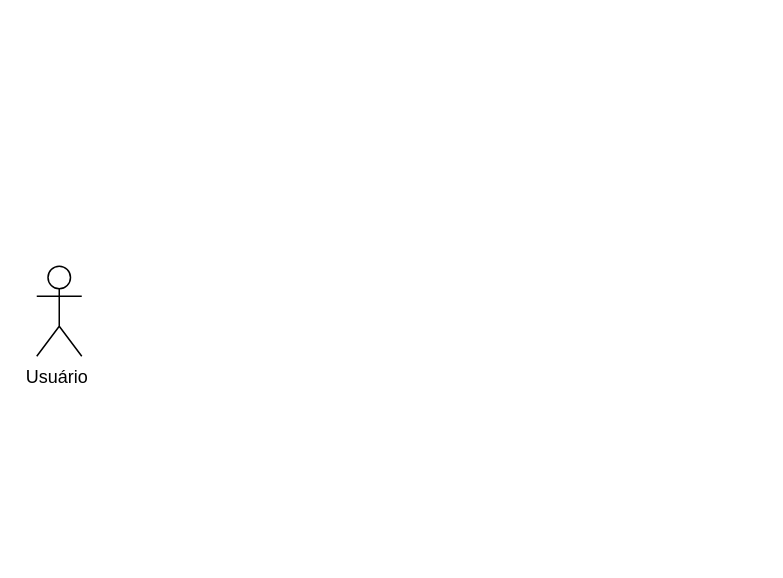
Earlier version of the draw.io diagram ProvaADSRN01.drawio (ArcanjoDaGuarda/AnjoProjetos). Source tidied: cells renumbered, new cells numbered last; positions are measured from the earlier drawing's top-left corner, leaving out a move shared by most shapes. Both pictures are drawn from the tidied source at 150%, with x=0, y=0 at pixel (36, 266).
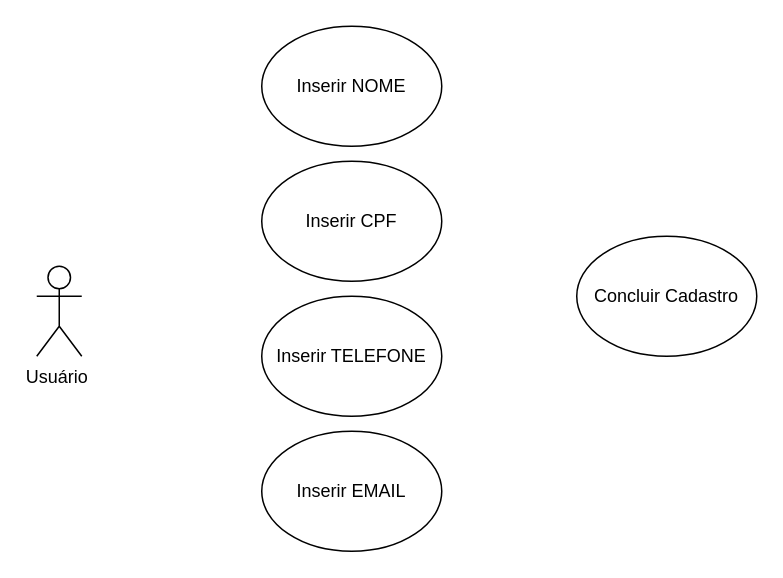
The same page after the edit.

What changed in the source:
```diff
@@
 <mxGraphModel>
   <root>
     <mxCell id="0" />
     <mxCell id="1" parent="0" />
     <mxCell id="2" value="Usuário&amp;nbsp;" style="shape=umlActor;verticalLabelPosition=bottom;verticalAlign=top;html=1;" parent="1" vertex="1">
       <mxGeometry width="30" height="60" as="geometry" />
     </mxCell>
+    <mxCell id="3" value="Inserir NOME" style="ellipse;whiteSpace=wrap;html=1;" parent="1" vertex="1">
+      <mxGeometry x="150" y="-160" width="120" height="80" as="geometry" />
+    </mxCell>
+    <mxCell id="4" value="Inserir CPF" style="ellipse;whiteSpace=wrap;html=1;" parent="1" vertex="1">
+      <mxGeometry x="150" y="-70" width="120" height="80" as="geometry" />
+    </mxCell>
+    <mxCell id="5" value="Inserir EMAIL" style="ellipse;whiteSpace=wrap;html=1;" parent="1" vertex="1">
+      <mxGeometry x="150" y="110" width="120" height="80" as="geometry" />
+    </mxCell>
+    <mxCell id="6" value="Inserir TELEFONE" style="ellipse;whiteSpace=wrap;html=1;" parent="1" vertex="1">
+      <mxGeometry x="150" y="20" width="120" height="80" as="geometry" />
+    </mxCell>
+    <mxCell id="7" value="Concluir Cadastro" style="ellipse;whiteSpace=wrap;html=1;" parent="1" vertex="1">
+      <mxGeometry x="360" y="-20" width="120" height="80" as="geometry" />
+    </mxCell>
   </root>
 </mxGraphModel>
```
